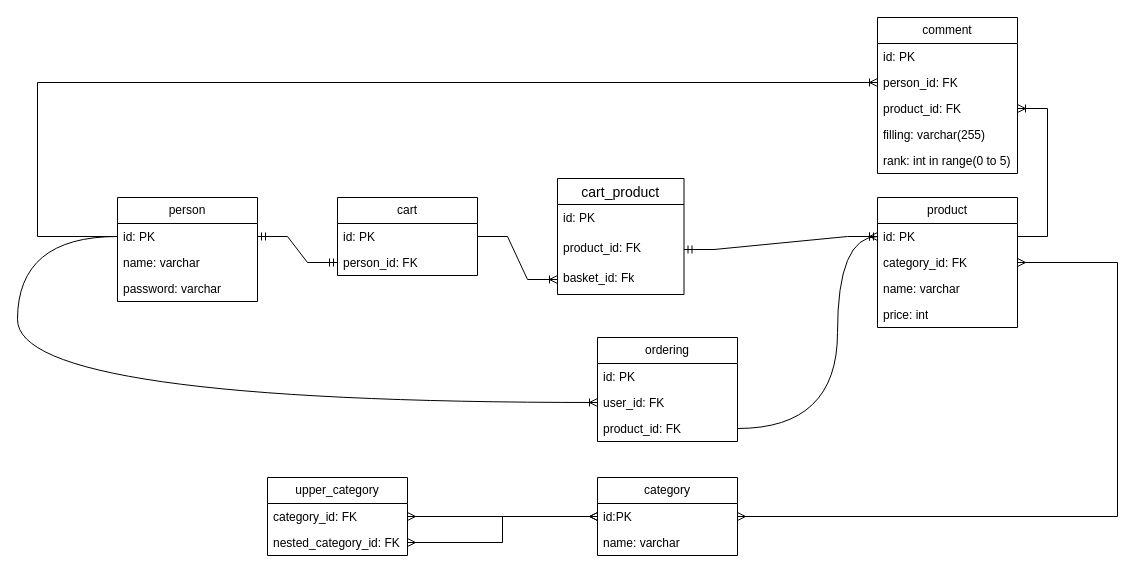
RimKhai/UML keeps this draw.io diagram as 20.drawio. Above is the earlier version. Source tidied: cells renumbered, new cells numbered last; positions are measured from the earlier drawing's top-left corner, leaving out a move shared by most shapes. Both pictures are drawn from the tidied source at 100%, with x=0, y=0 at pixel (17, 17).
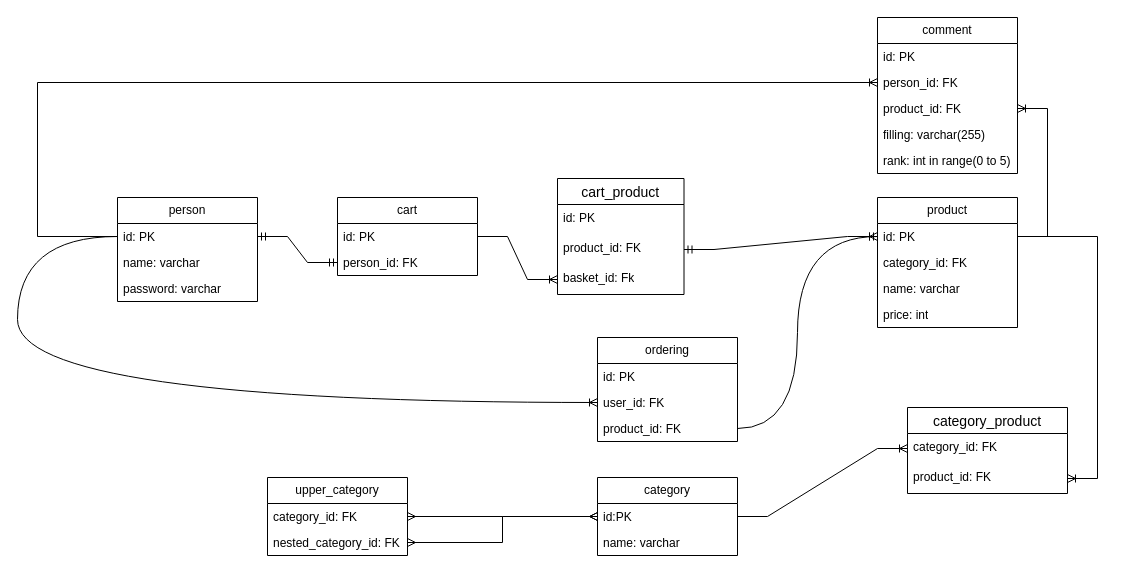
After the change.

Unchanged cells that the change refers to:
```xml
<mxCell id="11" value="id: PK" style="text;strokeColor=none;fillColor=none;align=left;verticalAlign=top;spacingLeft=4;spacingRight=4;overflow=hidden;points=[[0,0.5],[1,0.5]];portConstraint=eastwest;whiteSpace=wrap;html=1;" parent="10" vertex="1">
  <mxGeometry y="26" width="140" height="26" as="geometry" />
</mxCell>
<mxCell id="12" value="category_id: FK" style="text;strokeColor=none;fillColor=none;align=left;verticalAlign=top;spacingLeft=4;spacingRight=4;overflow=hidden;points=[[0,0.5],[1,0.5]];portConstraint=eastwest;whiteSpace=wrap;html=1;" parent="10" vertex="1">
  <mxGeometry y="52" width="140" height="26" as="geometry" />
</mxCell>
<mxCell id="26" value="product_id: FK" style="text;strokeColor=none;fillColor=none;align=left;verticalAlign=top;spacingLeft=4;spacingRight=4;overflow=hidden;points=[[0,0.5],[1,0.5]];portConstraint=eastwest;whiteSpace=wrap;html=1;" parent="23" vertex="1">
  <mxGeometry y="78" width="140" height="26" as="geometry" />
</mxCell>
<mxCell id="30" value="id:PK" style="text;strokeColor=none;fillColor=none;align=left;verticalAlign=top;spacingLeft=4;spacingRight=4;overflow=hidden;points=[[0,0.5],[1,0.5]];portConstraint=eastwest;whiteSpace=wrap;html=1;" parent="29" vertex="1">
  <mxGeometry y="26" width="140" height="26" as="geometry" />
</mxCell>
```

What changed in the source:
```diff
@@
     <mxCell id="28" style="edgeStyle=orthogonalEdgeStyle;fontSize=12;html=1;endArrow=ERoneToMany;rounded=0;exitX=1;exitY=0.5;exitDx=0;exitDy=0;curved=1;" parent="1" edge="1" source="26" target="11">
       <mxGeometry relative="1" as="geometry">
         <Array as="points">
-          <mxPoint x="820" y="411" />
-          <mxPoint x="820" y="219" />
+          <mxPoint x="780" y="411" />
+          <mxPoint x="780" y="219" />
         </Array>
       </mxGeometry>
     </mxCell>
@@
-    <mxCell id="36" style="edgeStyle=elbowEdgeStyle;fontSize=12;html=1;endArrow=ERmany;startArrow=ERmany;rounded=0;entryX=1;entryY=0.5;entryDx=0;entryDy=0;" parent="1" edge="1" source="30" target="12">
-      <mxGeometry relative="1" as="geometry">
-        <Array as="points">
-          <mxPoint x="1100" y="380" />
-        </Array>
-      </mxGeometry>
-    </mxCell>
@@
+    <mxCell id="44" value="category_product" style="swimlane;fontStyle=0;horizontal=1;startSize=26;align=center;fontSize=14;" parent="1" vertex="1">
+      <mxGeometry x="890" y="390" width="160" height="86" as="geometry" />
+    </mxCell>
+    <mxCell id="45" value="category_id: FK" style="text;strokeColor=none;fillColor=none;spacingLeft=4;spacingRight=4;overflow=hidden;points=[[0,0.5],[1,0.5]];portConstraint=eastwest;fontSize=12;whiteSpace=wrap;html=1;" parent="44" vertex="1">
+      <mxGeometry y="26" width="160" height="30" as="geometry" />
+    </mxCell>
+    <mxCell id="46" value="product_id: FK" style="text;strokeColor=none;fillColor=none;spacingLeft=4;spacingRight=4;overflow=hidden;points=[[0,0.5],[1,0.5]];portConstraint=eastwest;fontSize=12;whiteSpace=wrap;html=1;" parent="44" vertex="1">
+      <mxGeometry y="56" width="160" height="30" as="geometry" />
+    </mxCell>
+    <mxCell id="47" style="edgeStyle=entityRelationEdgeStyle;fontSize=12;html=1;endArrow=ERoneToMany;rounded=0;" parent="1" edge="1" source="30" target="45">
+      <mxGeometry relative="1" as="geometry" />
+    </mxCell>
+    <mxCell id="48" style="edgeStyle=entityRelationEdgeStyle;fontSize=12;html=1;endArrow=ERoneToMany;rounded=0;" parent="1" edge="1" source="11" target="46">
+      <mxGeometry relative="1" as="geometry" />
+    </mxCell>
```
